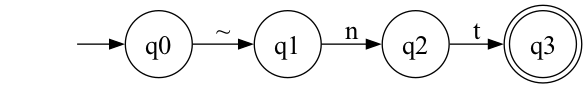
Above: src/automatas/Comparación/coso~nt.gv.png in resalec2045/AFD-y-AFN (Graphviz), before the change. Its source is kept beside it as src/automatas/Comparación/coso~nt.gv. The source it was exported from:
```dot
digraph "automatas/Comparación/coso~nt" {
	graph [rankdir=LR]
	node [fontsize=20]
	edge [fontsize="20pt"]
	"" [label="" shape=plaintext]
	q3 [label=q3 shape=doublecircle]
	q1 [label=q1 shape=circle]
	q0 [label=q0 shape=circle]
	q2 [label=q2 shape=circle]
	"" -> q0 [label=""]
	q0 -> q1 [label="~"]
	q1 -> q2 [label=n]
	q2 -> q3 [label=t]
}
```
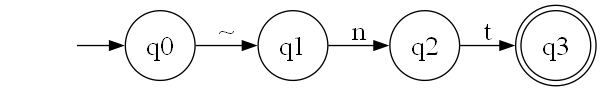
Above is the later version.

What changed in the source:
```diff
@@ -5,8 +5,8 @@
 	"" [label="" shape=plaintext]
 	q3 [label=q3 shape=doublecircle]
 	q1 [label=q1 shape=circle]
+	q2 [label=q2 shape=circle]
 	q0 [label=q0 shape=circle]
-	q2 [label=q2 shape=circle]
 	"" -> q0 [label=""]
 	q0 -> q1 [label="~"]
 	q1 -> q2 [label=n]
```
